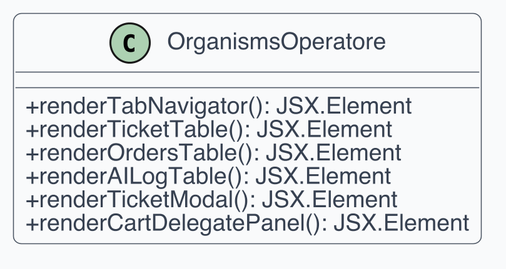
Earlier version of the PlantUML export src/PB/Documentazione Esterna/Contenuti/componenti_specifiche_tecniche/assets/uml_frontend/27_organismsoperatore.png (swenightpro/Documentazione).
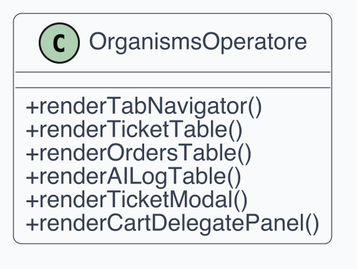
After the commit.

Diff of the diagram source:
```diff
@@ -1,11 +1,27 @@
 @startuml
-!include _style.iuml
-class OrganismsOperatore {
-  +renderTabNavigator(): JSX.Element
-  +renderTicketTable(): JSX.Element
-  +renderOrdersTable(): JSX.Element
-  +renderAILogTable(): JSX.Element
-  +renderTicketModal(): JSX.Element
-  +renderCartDelegatePanel(): JSX.Element
+skinparam dpi 300
+skinparam shadowing false
+skinparam backgroundColor White
+skinparam defaultFontName Helvetica
+skinparam defaultFontSize 12
+skinparam ArrowColor #4B5563
+skinparam ArrowThickness 1
+skinparam roundcorner 8
+skinparam class {
+  BackgroundColor #F9FAFB
+  BorderColor #4B5563
+  FontColor #111827
+  AttributeFontColor #374151
+  StereotypeFontColor #6B7280
+}
+skinparam classAttributeIconSize 0
+
+class "OrganismsOperatore" as C1 {
+  + renderTabNavigator()
+  + renderTicketTable()
+  + renderOrdersTable()
+  + renderAILogTable()
+  + renderTicketModal()
+  + renderCartDelegatePanel()
 }
 @enduml
```
